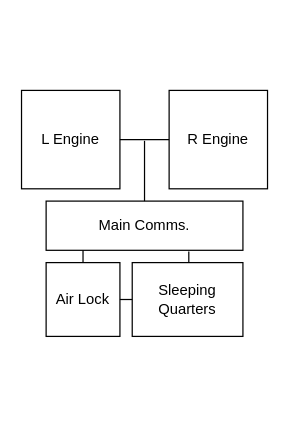
Above: everstar_gamemap.drawio in DevEatSleepRepeat/draw.io (draw.io), before the change. Source tidied: cells renumbered, new cells numbered last; positions are measured from the earlier drawing's top-left corner, leaving out a move shared by most shapes. Both pictures are drawn from the tidied source at 123%, with x=0, y=0 at pixel (21, 90).
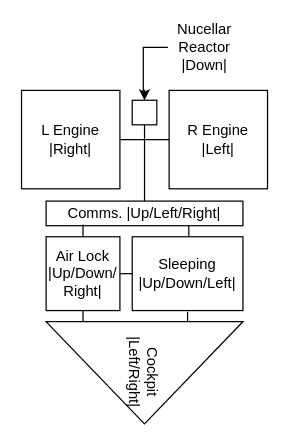
After the change.

Change to the diagram source:
```diff
@@
-    <mxCell id="2" value="L Engine" style="whiteSpace=wrap;html=1;" parent="1" vertex="1">
+    <mxCell id="2" value="L Engine&lt;br&gt;|Right|" style="whiteSpace=wrap;html=1;" parent="1" vertex="1">
       <mxGeometry width="80" height="80" as="geometry" />
     </mxCell>
-    <mxCell id="3" value="R Engine" style="whiteSpace=wrap;html=1;" parent="1" vertex="1">
+    <mxCell id="3" value="R Engine&lt;br&gt;|Left|" style="whiteSpace=wrap;html=1;" parent="1" vertex="1">
       <mxGeometry x="120" width="80" height="80" as="geometry" />
     </mxCell>
-    <mxCell id="4" value="Main Comms." style="rounded=0;whiteSpace=wrap;html=1;" parent="1" vertex="1">
-      <mxGeometry x="20" y="90" width="160" height="40" as="geometry" />
+    <mxCell id="4" value="Comms. |Up/Left/Right|" style="rounded=0;whiteSpace=wrap;html=1;" parent="1" vertex="1">
+      <mxGeometry x="20" y="90" width="160" height="20" as="geometry" />
     </mxCell>
-    <mxCell id="5" value="Air Lock" style="rounded=0;whiteSpace=wrap;html=1;" parent="1" vertex="1">
-      <mxGeometry x="20" y="140" width="60" height="60" as="geometry" />
+    <mxCell id="5" value="Air Lock&lt;br&gt;|Up/Down/&lt;br&gt;Right|" style="rounded=0;whiteSpace=wrap;html=1;" parent="1" vertex="1">
+      <mxGeometry x="20" y="119" width="60" height="60" as="geometry" />
     </mxCell>
-    <mxCell id="6" style="endArrow=none;html=1;rounded=0;exitX=0.5;exitY=0;exitDx=0;exitDy=0;" parent="1" edge="1" source="4">
-      <mxGeometry relative="1" as="geometry">
-        <mxPoint x="100" y="41" as="targetPoint" />
-      </mxGeometry>
+    <mxCell id="6" style="endArrow=none;html=1;rounded=0;exitX=0.5;exitY=0;exitDx=0;exitDy=0;entryX=0.5;entryY=1;entryDx=0;entryDy=0;" parent="1" edge="1" source="4" target="12">
+      <mxGeometry relative="1" as="geometry" />
     </mxCell>
@@
     <mxCell id="8" style="endArrow=none;html=1;rounded=0;exitX=0.5;exitY=0;exitDx=0;exitDy=0;" parent="1" edge="1" source="5">
       <mxGeometry relative="1" as="geometry">
-        <mxPoint x="50" y="130" as="targetPoint" />
+        <mxPoint x="50" y="109" as="targetPoint" />
       </mxGeometry>
     </mxCell>
-    <mxCell id="9" value="Sleeping Quarters" style="rounded=0;whiteSpace=wrap;html=1;" parent="1" vertex="1">
-      <mxGeometry x="90" y="140" width="90" height="60" as="geometry" />
+    <mxCell id="9" value="Sleeping&lt;br&gt;|Up/Down/Left|" style="rounded=0;whiteSpace=wrap;html=1;" parent="1" vertex="1">
+      <mxGeometry x="90" y="119" width="90" height="60" as="geometry" />
     </mxCell>
@@
     <mxCell id="11" style="endArrow=none;html=1;rounded=0;entryX=0.5;entryY=0;entryDx=0;entryDy=0;" parent="1" edge="1">
       <mxGeometry relative="1" as="geometry">
-        <mxPoint x="136" y="131" as="sourcePoint" />
-        <mxPoint x="136" y="140" as="targetPoint" />
+        <mxPoint x="136" y="110" as="sourcePoint" />
+        <mxPoint x="136" y="119" as="targetPoint" />
       </mxGeometry>
     </mxCell>
+    <mxCell id="12" style="rounded=0;whiteSpace=wrap;html=1;" parent="1" vertex="1">
+      <mxGeometry x="90" y="8" width="20" height="20" as="geometry" />
+    </mxCell>
+    <mxCell id="13" style="edgeStyle=orthogonalEdgeStyle;rounded=0;jettySize=auto;html=1;exitX=0;exitY=0.5;exitDx=0;exitDy=0;entryX=0.5;entryY=0;entryDx=0;entryDy=0;" parent="1" edge="1" source="14" target="12">
+      <mxGeometry relative="1" as="geometry" />
+    </mxCell>
+    <mxCell id="14" value="Nucellar Reactor&lt;br&gt;|Down|" style="text;html=1;strokeColor=none;fillColor=none;align=center;verticalAlign=middle;whiteSpace=wrap;rounded=0;" parent="1" vertex="1">
+      <mxGeometry x="119" y="-50" width="60" height="30" as="geometry" />
+    </mxCell>
+    <mxCell id="15" style="endArrow=none;html=1;rounded=0;entryX=0.5;entryY=1;entryDx=0;entryDy=0;" parent="1" edge="1">
+      <mxGeometry relative="1" as="geometry">
+        <mxPoint x="135" y="189" as="sourcePoint" />
+        <mxPoint x="135" y="180" as="targetPoint" />
+      </mxGeometry>
+    </mxCell>
+    <mxCell id="16" style="endArrow=none;html=1;rounded=0;" parent="1" edge="1">
+      <mxGeometry relative="1" as="geometry">
+        <mxPoint x="50" y="189" as="sourcePoint" />
+        <mxPoint x="50" y="179" as="targetPoint" />
+      </mxGeometry>
+    </mxCell>
+    <mxCell id="17" value="Cockpit&lt;br&gt;|Left/Right|" style="triangle;whiteSpace=wrap;html=1;rotation=90;" parent="1" vertex="1">
+      <mxGeometry x="58.4" y="149.6" width="83.1" height="160" as="geometry" />
+    </mxCell>
```
